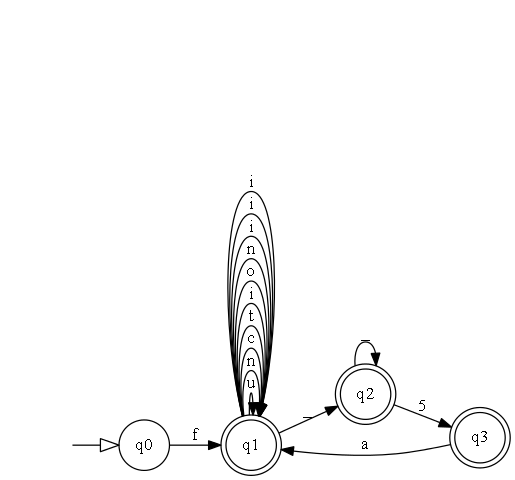
cgomez29/OLC1_Proyecto1_-201801480 keeps this Graphviz diagram as x.gv.png. Above is the earlier version. Its source is kept beside it as x.gv.
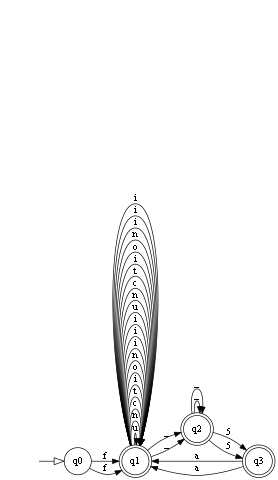
The same file after the commit.

Diff of the diagram source:
```diff
@@ -18,7 +18,34 @@
 	q1
 	q1
 	q1
+	q1
+	q1
+	q1
+	q1
+	q1
+	q1
+	q1
+	q1
+	q2
+	q2
+	q3
+	q1
+	q1
+	q1
+	q1
 	q0 -> q1 [label=f]
+	q0 -> q1 [label=f]
+	q1 -> q1 [label=u]
+	q1 -> q1 [label=n]
+	q1 -> q1 [label=c]
+	q1 -> q1 [label=t]
+	q1 -> q1 [label=i]
+	q1 -> q1 [label=o]
+	q1 -> q1 [label=n]
+	q1 -> q2 [label=_]
+	q1 -> q1 [label=i]
+	q1 -> q1 [label=i]
+	q1 -> q1 [label=i]
 	q1 -> q1 [label=u]
 	q1 -> q1 [label=n]
 	q1 -> q1 [label=c]
@@ -32,6 +59,9 @@
 	q1 -> q1 [label=i]
 	q2 -> q2 [label=_]
 	q2 -> q3 [label=5]
+	q2 -> q2 [label=_]
+	q2 -> q3 [label=5]
+	q3 -> q1 [label=a]
 	q3 -> q1 [label=a]
 	node [shape=none]
 	edge [arrowhead=empty arrowsize=1.5]
```
